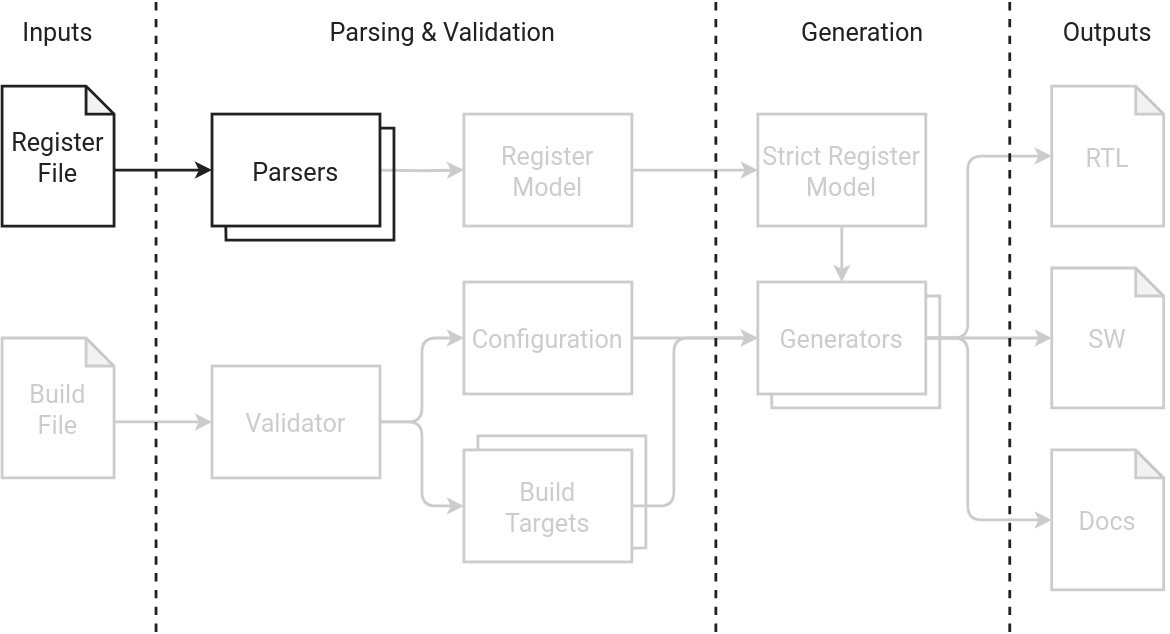
Before: docs/assets/images/flow-parsers.drawio.svg, a diagram exported from draw.io (esynr3z/corsair). Source tidied: cells renumbered, new cells last; positions are measured from the earlier drawing's top-left corner, leaving out a move shared by most shapes. Source of this version:
```xml
<mxGraphModel>
  <root>
    <mxCell id="0" />
    <mxCell id="1" parent="0" />
    <mxCell id="2" style="rounded=1;jettySize=auto;exitX=0;exitY=0;exitDx=80;exitDy=60;exitPerimeter=0;entryX=0;entryY=0.5;entryDx=0;entryDy=0;fontFamily=Roboto;fontSize=18;fontColor=#212121;fontStyle=0;shadow=0;strokeColor=#212121;strokeWidth=2;align=center;verticalAlign=middle;fillColor=none;fontSource=https%3A%2F%2Ffonts.googleapis.com%2Fcss%3Ffamily%3DRoboto;textShadow=0;" parent="1" edge="1" source="3">
      <mxGeometry relative="1" as="geometry">
        <mxPoint x="150" y="120" as="targetPoint" />
      </mxGeometry>
    </mxCell>
    <mxCell id="3" value="Register&#10;File" style="shape=note;backgroundOutline=1;darkOpacity=0.05;fillColor=none;strokeWidth=2;fontFamily=Roboto;fontSize=18;size=20;fontStyle=0;textShadow=0;shadow=0;strokeColor=#212121;fontColor=#212121;perimeter=rectanglePerimeter;rounded=1;fontSource=https%3A%2F%2Ffonts.googleapis.com%2Fcss%3Ffamily%3DRoboto;align=center;verticalAlign=middle;" parent="1" vertex="1">
      <mxGeometry y="60" width="80" height="100" as="geometry" />
    </mxCell>
    <mxCell id="4" style="edgeStyle=orthogonalEdgeStyle;rounded=1;jettySize=auto;exitX=0;exitY=0;exitDx=80;exitDy=60;exitPerimeter=0;shadow=0;strokeColor=#CCCCCC;strokeWidth=2;align=center;verticalAlign=middle;arcSize=0;fontFamily=Roboto;fontSize=18;fontColor=#CCCCCC;fontStyle=0;fillColor=none;entryX=0;entryY=0.5;entryDx=0;entryDy=0;fontSource=https%3A%2F%2Ffonts.googleapis.com%2Fcss%3Ffamily%3DRoboto;textShadow=0;" parent="1" edge="1" source="5" target="12">
      <mxGeometry relative="1" as="geometry" />
    </mxCell>
    <mxCell id="5" value="Build&#10;File" style="shape=note;backgroundOutline=1;darkOpacity=0.05;fillColor=none;strokeWidth=2;fontFamily=Roboto;fontSize=18;size=20;fontStyle=0;textShadow=0;shadow=0;strokeColor=#CCCCCC;fontColor=#CCCCCC;rounded=1;perimeterSpacing=0;fontSource=https%3A%2F%2Ffonts.googleapis.com%2Fcss%3Ffamily%3DRoboto;align=center;verticalAlign=middle;" parent="1" vertex="1">
      <mxGeometry y="240" width="80" height="100" as="geometry" />
    </mxCell>
    <mxCell id="6" style="edgeStyle=orthogonalEdgeStyle;rounded=1;jettySize=auto;exitX=1;exitY=0.5;exitDx=0;exitDy=0;entryX=0;entryY=0.5;entryDx=0;entryDy=0;shadow=0;strokeColor=#CCCCCC;strokeWidth=2;align=center;verticalAlign=middle;fontFamily=Roboto;fontSize=18;fontColor=#CCCCCC;fontStyle=0;fillColor=none;fontSource=https%3A%2F%2Ffonts.googleapis.com%2Fcss%3Ffamily%3DRoboto;textShadow=0;" parent="1" edge="1" source="7" target="9">
      <mxGeometry relative="1" as="geometry" />
    </mxCell>
    <mxCell id="7" value="Register&#10;Model" style="rounded=1;shadow=0;strokeColor=#CCCCCC;strokeWidth=2;align=center;verticalAlign=middle;fontFamily=Roboto;fontSize=18;fontColor=#CCCCCC;fontStyle=0;fillColor=none;arcSize=0;fontSource=https%3A%2F%2Ffonts.googleapis.com%2Fcss%3Ffamily%3DRoboto;textShadow=0;" parent="1" vertex="1">
      <mxGeometry x="330" y="80" width="120" height="80" as="geometry" />
    </mxCell>
    <mxCell id="8" style="edgeStyle=orthogonalEdgeStyle;rounded=1;jettySize=auto;exitX=0.5;exitY=1;exitDx=0;exitDy=0;entryX=0.5;entryY=0;entryDx=0;entryDy=0;shadow=0;strokeColor=#CCCCCC;strokeWidth=2;align=center;verticalAlign=middle;fontFamily=Roboto;fontSize=18;fontColor=#212121;fontStyle=0;fillColor=none;fontSource=https%3A%2F%2Ffonts.googleapis.com%2Fcss%3Ffamily%3DRoboto;textShadow=0;" parent="1" edge="1" source="9" target="34">
      <mxGeometry relative="1" as="geometry" />
    </mxCell>
    <mxCell id="9" value="Strict Register&#10;Model" style="rounded=1;shadow=0;strokeColor=#CCCCCC;strokeWidth=2;align=center;verticalAlign=middle;fontFamily=Roboto;fontSize=18;fontColor=#CCCCCC;fontStyle=0;fillColor=none;arcSize=0;fontSource=https%3A%2F%2Ffonts.googleapis.com%2Fcss%3Ffamily%3DRoboto;textShadow=0;" parent="1" vertex="1">
      <mxGeometry x="540" y="80" width="120" height="80" as="geometry" />
    </mxCell>
    <mxCell id="10" style="edgeStyle=orthogonalEdgeStyle;rounded=1;jettySize=auto;exitX=1;exitY=0.5;exitDx=0;exitDy=0;entryX=0;entryY=0.5;entryDx=0;entryDy=0;shadow=0;strokeColor=#CCCCCC;strokeWidth=2;align=center;verticalAlign=middle;fontFamily=Roboto;fontSize=18;fontColor=#CCCCCC;fontStyle=0;fillColor=none;fontSource=https%3A%2F%2Ffonts.googleapis.com%2Fcss%3Ffamily%3DRoboto;textShadow=0;" parent="1" edge="1" source="12" target="17">
      <mxGeometry relative="1" as="geometry">
        <Array as="points">
          <mxPoint x="300" y="300" />
          <mxPoint x="300" y="240" />
        </Array>
      </mxGeometry>
    </mxCell>
    <mxCell id="11" style="edgeStyle=orthogonalEdgeStyle;rounded=1;jettySize=auto;exitX=1;exitY=0.5;exitDx=0;exitDy=0;entryX=0;entryY=0.5;entryDx=0;entryDy=0;shadow=0;strokeColor=#CCCCCC;strokeWidth=2;align=center;verticalAlign=middle;fontFamily=Roboto;fontSize=18;fontColor=#CCCCCC;fontStyle=0;fillColor=none;fontSource=https%3A%2F%2Ffonts.googleapis.com%2Fcss%3Ffamily%3DRoboto;textShadow=0;" parent="1" edge="1" source="12" target="31">
      <mxGeometry relative="1" as="geometry">
        <Array as="points">
          <mxPoint x="300" y="300" />
          <mxPoint x="300" y="360" />
        </Array>
      </mxGeometry>
    </mxCell>
    <mxCell id="12" value="Validator" style="rounded=1;shadow=0;strokeColor=#CCCCCC;strokeWidth=2;align=center;verticalAlign=middle;fontFamily=Roboto;fontSize=18;fontColor=#CCCCCC;fontStyle=0;fillColor=none;arcSize=0;fontSource=https%3A%2F%2Ffonts.googleapis.com%2Fcss%3Ffamily%3DRoboto;textShadow=0;" parent="1" vertex="1">
      <mxGeometry x="150" y="260" width="120" height="80" as="geometry" />
    </mxCell>
    <mxCell id="13" value="RTL" style="shape=note;backgroundOutline=1;darkOpacity=0.05;fillColor=none;strokeWidth=2;fontFamily=Roboto;fontSize=18;size=20;fontStyle=0;textShadow=0;shadow=0;strokeColor=#CCCCCC;fontColor=#CCCCCC;perimeter=rectanglePerimeter;rounded=1;fontSource=https%3A%2F%2Ffonts.googleapis.com%2Fcss%3Ffamily%3DRoboto;align=center;verticalAlign=middle;" parent="1" vertex="1">
      <mxGeometry x="750" y="60" width="80" height="100" as="geometry" />
    </mxCell>
    <mxCell id="14" value="Docs" style="shape=note;backgroundOutline=1;darkOpacity=0.05;fillColor=none;strokeWidth=2;fontFamily=Roboto;fontSize=18;size=20;fontStyle=0;textShadow=0;shadow=0;strokeColor=#CCCCCC;fontColor=#CCCCCC;rounded=1;perimeterSpacing=0;fontSource=https%3A%2F%2Ffonts.googleapis.com%2Fcss%3Ffamily%3DRoboto;align=center;verticalAlign=middle;" parent="1" vertex="1">
      <mxGeometry x="750" y="320" width="80" height="100" as="geometry" />
    </mxCell>
    <mxCell id="15" value="SW" style="shape=note;backgroundOutline=1;darkOpacity=0.05;fillColor=none;strokeWidth=2;fontFamily=Roboto;fontSize=18;size=20;fontStyle=0;textShadow=0;shadow=0;strokeColor=#CCCCCC;fontColor=#CCCCCC;rounded=1;perimeterSpacing=0;fontSource=https%3A%2F%2Ffonts.googleapis.com%2Fcss%3Ffamily%3DRoboto;align=center;verticalAlign=middle;" parent="1" vertex="1">
      <mxGeometry x="750" y="190" width="80" height="100" as="geometry" />
    </mxCell>
    <mxCell id="16" style="edgeStyle=orthogonalEdgeStyle;rounded=1;jettySize=auto;exitX=1;exitY=0.5;exitDx=0;exitDy=0;entryX=0;entryY=0.5;entryDx=0;entryDy=0;shadow=0;strokeColor=#CCCCCC;strokeWidth=2;align=center;verticalAlign=middle;fontFamily=Roboto;fontSize=18;fontColor=#CCCCCC;fontStyle=0;fillColor=none;fontSource=https%3A%2F%2Ffonts.googleapis.com%2Fcss%3Ffamily%3DRoboto;textShadow=0;" parent="1" edge="1" source="17" target="34">
      <mxGeometry relative="1" as="geometry">
        <Array as="points">
          <mxPoint x="530" y="240" />
          <mxPoint x="530" y="240" />
        </Array>
      </mxGeometry>
    </mxCell>
    <mxCell id="17" value="Configuration" style="rounded=1;shadow=0;strokeColor=#CCCCCC;strokeWidth=2;align=center;verticalAlign=middle;fontFamily=Roboto;fontSize=18;fontColor=#CCCCCC;fontStyle=0;fillColor=none;arcSize=0;fontSource=https%3A%2F%2Ffonts.googleapis.com%2Fcss%3Ffamily%3DRoboto;textShadow=0;" parent="1" vertex="1">
      <mxGeometry x="330" y="200" width="120" height="80" as="geometry" />
    </mxCell>
    <mxCell id="18" style="edgeStyle=orthogonalEdgeStyle;rounded=1;jettySize=auto;exitX=1;exitY=0.5;exitDx=0;exitDy=0;entryX=0;entryY=0.5;entryDx=0;entryDy=0;shadow=0;strokeColor=#CCCCCC;strokeWidth=2;align=center;verticalAlign=middle;arcSize=0;fontFamily=Roboto;fontSize=18;fontColor=#212121;fontStyle=0;fillColor=none;fontSource=https%3A%2F%2Ffonts.googleapis.com%2Fcss%3Ffamily%3DRoboto;textShadow=0;" parent="1" edge="1" target="7">
      <mxGeometry relative="1" as="geometry">
        <mxPoint x="270" y="120" as="sourcePoint" />
      </mxGeometry>
    </mxCell>
    <mxCell id="19" style="edgeStyle=orthogonalEdgeStyle;rounded=1;jettySize=auto;exitX=1;exitY=0.5;exitDx=0;exitDy=0;entryX=0;entryY=0.5;entryDx=0;entryDy=0;shadow=0;strokeColor=#CCCCCC;strokeWidth=2;align=center;verticalAlign=middle;fontFamily=Roboto;fontSize=18;fontColor=#CCCCCC;fontStyle=0;fillColor=none;fontSource=https%3A%2F%2Ffonts.googleapis.com%2Fcss%3Ffamily%3DRoboto;textShadow=0;" parent="1" edge="1" source="31" target="34">
      <mxGeometry relative="1" as="geometry">
        <Array as="points">
          <mxPoint x="480" y="360" />
          <mxPoint x="480" y="240" />
        </Array>
      </mxGeometry>
    </mxCell>
    <mxCell id="20" style="edgeStyle=orthogonalEdgeStyle;rounded=1;jettySize=auto;exitX=1;exitY=0.5;exitDx=0;exitDy=0;entryX=0;entryY=0.5;entryDx=0;entryDy=0;entryPerimeter=0;shadow=0;strokeColor=#CCCCCC;strokeWidth=2;align=center;verticalAlign=middle;fontFamily=Roboto;fontSize=18;fontColor=#CCCCCC;fontStyle=0;fillColor=none;fontSource=https%3A%2F%2Ffonts.googleapis.com%2Fcss%3Ffamily%3DRoboto;textShadow=0;" parent="1" edge="1" source="34" target="15">
      <mxGeometry relative="1" as="geometry" />
    </mxCell>
    <mxCell id="21" style="edgeStyle=orthogonalEdgeStyle;rounded=1;jettySize=auto;exitX=1;exitY=0.5;exitDx=0;exitDy=0;entryX=0;entryY=0.5;entryDx=0;entryDy=0;entryPerimeter=0;shadow=0;strokeColor=#CCCCCC;strokeWidth=2;align=center;verticalAlign=middle;fontFamily=Roboto;fontSize=18;fontColor=#CCCCCC;fontStyle=0;fillColor=none;fontSource=https%3A%2F%2Ffonts.googleapis.com%2Fcss%3Ffamily%3DRoboto;textShadow=0;" parent="1" edge="1" source="34" target="13">
      <mxGeometry relative="1" as="geometry">
        <Array as="points">
          <mxPoint x="690" y="240" />
          <mxPoint x="690" y="110" />
        </Array>
      </mxGeometry>
    </mxCell>
    <mxCell id="22" style="edgeStyle=orthogonalEdgeStyle;rounded=1;jettySize=auto;exitX=1;exitY=0.5;exitDx=0;exitDy=0;entryX=0;entryY=0.5;entryDx=0;entryDy=0;entryPerimeter=0;shadow=0;strokeColor=#CCCCCC;strokeWidth=2;align=center;verticalAlign=middle;fontFamily=Roboto;fontSize=18;fontColor=#CCCCCC;fontStyle=0;fillColor=none;fontSource=https%3A%2F%2Ffonts.googleapis.com%2Fcss%3Ffamily%3DRoboto;textShadow=0;" parent="1" edge="1" source="34" target="14">
      <mxGeometry relative="1" as="geometry">
        <Array as="points">
          <mxPoint x="690" y="240" />
          <mxPoint x="690" y="370" />
        </Array>
      </mxGeometry>
    </mxCell>
    <mxCell id="23" style="endArrow=none;dashed=1;rounded=1;shadow=0;strokeColor=#212121;strokeWidth=2;align=center;verticalAlign=middle;fontFamily=Roboto;fontSize=18;fontColor=#212121;fontStyle=0;fillColor=none;fontSource=https%3A%2F%2Ffonts.googleapis.com%2Fcss%3Ffamily%3DRoboto;textShadow=0;" parent="1" edge="1">
      <mxGeometry relative="1" as="geometry">
        <mxPoint x="510" y="450" as="sourcePoint" />
        <mxPoint x="510" as="targetPoint" />
      </mxGeometry>
    </mxCell>
    <mxCell id="24" style="endArrow=none;dashed=1;rounded=1;shadow=0;strokeColor=#212121;strokeWidth=2;align=center;verticalAlign=middle;fontFamily=Roboto;fontSize=18;fontColor=#212121;fontStyle=0;fillColor=none;fontSource=https%3A%2F%2Ffonts.googleapis.com%2Fcss%3Ffamily%3DRoboto;textShadow=0;" parent="1" edge="1">
      <mxGeometry relative="1" as="geometry">
        <mxPoint x="110" y="450" as="sourcePoint" />
        <mxPoint x="110" as="targetPoint" />
      </mxGeometry>
    </mxCell>
    <mxCell id="25" value="Parsing &amp; Validation" style="text;align=center;verticalAlign=middle;strokeColor=none;fillColor=none;fontFamily=Roboto;fontSource=https%3A%2F%2Ffonts.googleapis.com%2Fcss%3Ffamily%3DRoboto;fontSize=18;textShadow=0;fontColor=#212121;fontStyle=0;" parent="1" vertex="1">
      <mxGeometry x="225" width="180" height="40" as="geometry" />
    </mxCell>
    <mxCell id="26" value="Generation" style="text;align=center;verticalAlign=middle;strokeColor=none;fillColor=none;fontFamily=Roboto;fontSource=https%3A%2F%2Ffonts.googleapis.com%2Fcss%3Ffamily%3DRoboto;fontSize=18;textShadow=0;fontColor=#212121;fontStyle=0;" parent="1" vertex="1">
      <mxGeometry x="560" width="110" height="40" as="geometry" />
    </mxCell>
    <mxCell id="27" value="Outputs" style="text;align=center;verticalAlign=middle;strokeColor=none;fillColor=none;fontFamily=Roboto;fontSource=https%3A%2F%2Ffonts.googleapis.com%2Fcss%3Ffamily%3DRoboto;fontSize=18;textShadow=0;fontColor=#212121;fontStyle=0;" parent="1" vertex="1">
      <mxGeometry x="745" width="90" height="40" as="geometry" />
    </mxCell>
    <mxCell id="28" value="Inputs" style="text;align=center;verticalAlign=middle;strokeColor=none;fillColor=none;fontFamily=Roboto;fontSource=https%3A%2F%2Ffonts.googleapis.com%2Fcss%3Ffamily%3DRoboto;fontSize=18;textShadow=0;fontColor=#212121;fontStyle=0;" parent="1" vertex="1">
      <mxGeometry x="5" width="70" height="40" as="geometry" />
    </mxCell>
    <mxCell id="29" style="endArrow=none;dashed=1;rounded=1;shadow=0;strokeColor=#212121;strokeWidth=2;align=center;verticalAlign=middle;fontFamily=Roboto;fontSize=18;fontColor=#212121;fontStyle=0;fillColor=none;fontSource=https%3A%2F%2Ffonts.googleapis.com%2Fcss%3Ffamily%3DRoboto;textShadow=0;" parent="1" edge="1">
      <mxGeometry relative="1" as="geometry">
        <mxPoint x="720" y="450" as="sourcePoint" />
        <mxPoint x="720" as="targetPoint" />
      </mxGeometry>
    </mxCell>
    <mxCell id="30" style="group;textShadow=0;shadow=0;rounded=0;strokeColor=none;strokeWidth=2;align=center;verticalAlign=middle;fontFamily=Roboto;fontSource=https%3A%2F%2Ffonts.googleapis.com%2Fcss%3Ffamily%3DRoboto;fontSize=18;fontColor=#212121;fontStyle=0;fillColor=none;" parent="1" vertex="1">
      <mxGeometry x="330" y="310" width="130" height="90" as="geometry" />
    </mxCell>
    <mxCell id="31" value="Build&#10;Targets" style="rounded=1;shadow=0;strokeColor=#CCCCCC;strokeWidth=2;align=center;verticalAlign=middle;fontFamily=Roboto;fontSize=18;fontColor=#CCCCCC;fontStyle=0;fillColor=none;arcSize=0;fontSource=https%3A%2F%2Ffonts.googleapis.com%2Fcss%3Ffamily%3DRoboto;textShadow=0;" parent="30" vertex="1">
      <mxGeometry y="10" width="120" height="80" as="geometry" />
    </mxCell>
    <mxCell id="32" style="endArrow=none;rounded=0;fontFamily=Roboto;fontSize=18;fontColor=#CCCCCC;fontStyle=0;strokeWidth=2;entryX=1.005;entryY=0.877;entryDx=0;entryDy=0;entryPerimeter=0;shadow=0;strokeColor=#CCCCCC;align=center;verticalAlign=middle;fillColor=none;fontSource=https%3A%2F%2Ffonts.googleapis.com%2Fcss%3Ffamily%3DRoboto;textShadow=0;curved=0;" parent="30" edge="1" target="31">
      <mxGeometry relative="1" as="geometry">
        <mxPoint x="10" y="10" as="sourcePoint" />
        <Array as="points">
          <mxPoint x="10" />
          <mxPoint x="130" />
          <mxPoint x="130" y="80" />
        </Array>
      </mxGeometry>
    </mxCell>
    <mxCell id="33" style="group;rounded=1;shadow=0;strokeColor=none;strokeWidth=2;align=center;verticalAlign=middle;fontFamily=Roboto;fontSource=https%3A%2F%2Ffonts.googleapis.com%2Fcss%3Ffamily%3DRoboto;fontSize=18;fontColor=#212121;fontStyle=0;fillColor=none;" parent="1" vertex="1">
      <mxGeometry x="540" y="200" width="130" height="90" as="geometry" />
    </mxCell>
    <mxCell id="34" value="Generators" style="rounded=1;shadow=0;strokeColor=#CCCCCC;strokeWidth=2;align=center;verticalAlign=middle;fontFamily=Roboto;fontSize=18;fontColor=#CCCCCC;fontStyle=0;fillColor=none;arcSize=0;fontSource=https%3A%2F%2Ffonts.googleapis.com%2Fcss%3Ffamily%3DRoboto;textShadow=0;" parent="33" vertex="1">
      <mxGeometry width="120" height="80" as="geometry" />
    </mxCell>
    <mxCell id="35" style="endArrow=none;rounded=0;fontFamily=Roboto;fontSize=18;fontColor=#CCCCCC;fontStyle=0;strokeWidth=2;entryX=1;entryY=0.125;entryDx=0;entryDy=0;entryPerimeter=0;shadow=0;strokeColor=#CCCCCC;align=center;verticalAlign=middle;fillColor=none;fontSource=https%3A%2F%2Ffonts.googleapis.com%2Fcss%3Ffamily%3DRoboto;textShadow=0;exitX=0.082;exitY=1.003;exitDx=0;exitDy=0;exitPerimeter=0;curved=0;" parent="33" edge="1" source="34" target="34">
      <mxGeometry relative="1" as="geometry">
        <Array as="points">
          <mxPoint x="10" y="90" />
          <mxPoint x="130" y="90" />
          <mxPoint x="130" y="10" />
        </Array>
      </mxGeometry>
    </mxCell>
    <mxCell id="36" style="group;rounded=0;shadow=0;strokeColor=none;strokeWidth=2;align=center;verticalAlign=middle;fontFamily=Roboto;fontSource=https%3A%2F%2Ffonts.googleapis.com%2Fcss%3Ffamily%3DRoboto;fontSize=18;fontColor=#212121;fontStyle=0;fillColor=none;" parent="1" vertex="1">
      <mxGeometry x="150" y="80" width="130" height="90" as="geometry" />
    </mxCell>
    <mxCell id="37" value="Parsers" style="rounded=1;shadow=0;strokeColor=#212121;strokeWidth=2;align=center;verticalAlign=middle;fontFamily=Roboto;fontSize=18;fontColor=#212121;fontStyle=0;fillColor=none;arcSize=0;fontSource=https%3A%2F%2Ffonts.googleapis.com%2Fcss%3Ffamily%3DRoboto;textShadow=0;" parent="36" vertex="1">
      <mxGeometry width="120" height="80" as="geometry" />
    </mxCell>
    <mxCell id="38" style="endArrow=none;rounded=0;fontFamily=Roboto;fontSize=18;fontColor=#212121;fontStyle=0;strokeWidth=2;entryX=1;entryY=0.125;entryDx=0;entryDy=0;entryPerimeter=0;shadow=0;strokeColor=#212121;align=center;verticalAlign=middle;fillColor=none;fontSource=https%3A%2F%2Ffonts.googleapis.com%2Fcss%3Ffamily%3DRoboto;textShadow=0;exitX=0.082;exitY=1.003;exitDx=0;exitDy=0;exitPerimeter=0;curved=0;" parent="36" edge="1" source="37" target="37">
      <mxGeometry relative="1" as="geometry">
        <Array as="points">
          <mxPoint x="10" y="90" />
          <mxPoint x="130" y="90" />
          <mxPoint x="130" y="10" />
        </Array>
      </mxGeometry>
    </mxCell>
  </root>
</mxGraphModel>
```
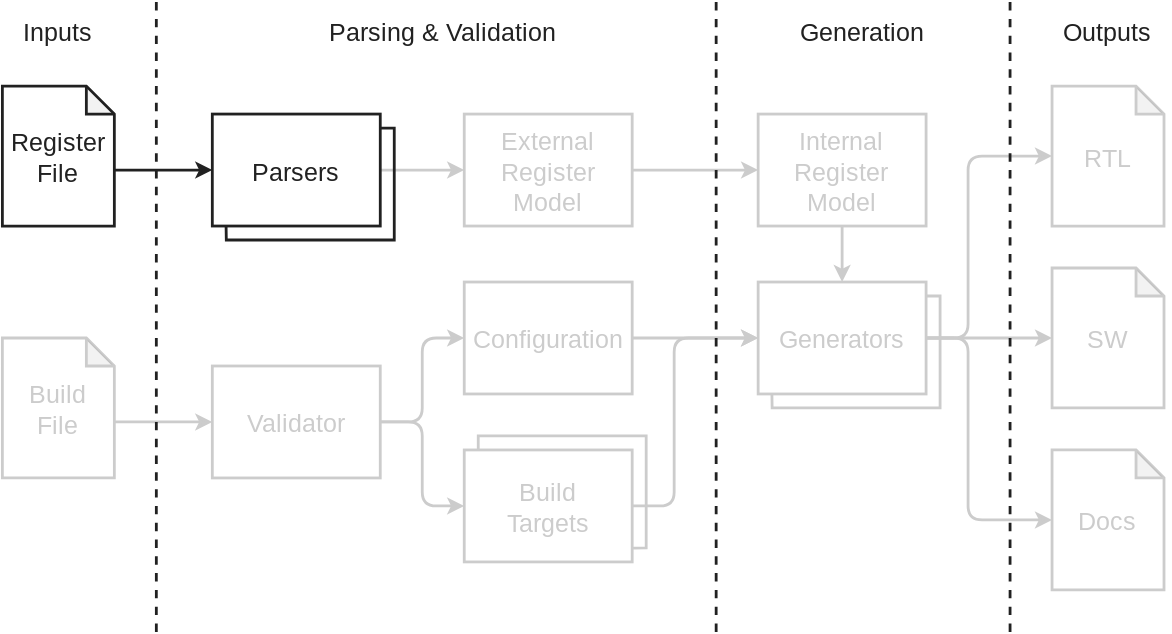
The same diagram one commit later.

Commit message:
docs: update register model naming

What changed in the source:
```diff
@@ -19,13 +19,13 @@
     <mxCell id="6" style="edgeStyle=orthogonalEdgeStyle;rounded=1;jettySize=auto;exitX=1;exitY=0.5;exitDx=0;exitDy=0;entryX=0;entryY=0.5;entryDx=0;entryDy=0;shadow=0;strokeColor=#CCCCCC;strokeWidth=2;align=center;verticalAlign=middle;fontFamily=Roboto;fontSize=18;fontColor=#CCCCCC;fontStyle=0;fillColor=none;fontSource=https%3A%2F%2Ffonts.googleapis.com%2Fcss%3Ffamily%3DRoboto;textShadow=0;" parent="1" edge="1" source="7" target="9">
       <mxGeometry relative="1" as="geometry" />
     </mxCell>
-    <mxCell id="7" value="Register&#10;Model" style="rounded=1;shadow=0;strokeColor=#CCCCCC;strokeWidth=2;align=center;verticalAlign=middle;fontFamily=Roboto;fontSize=18;fontColor=#CCCCCC;fontStyle=0;fillColor=none;arcSize=0;fontSource=https%3A%2F%2Ffonts.googleapis.com%2Fcss%3Ffamily%3DRoboto;textShadow=0;" parent="1" vertex="1">
+    <mxCell id="7" value="External&#10;Register&#10;Model" style="rounded=1;shadow=0;strokeColor=#CCCCCC;strokeWidth=2;align=center;verticalAlign=middle;fontFamily=Roboto;fontSize=18;fontColor=#CCCCCC;fontStyle=0;fillColor=none;arcSize=0;fontSource=https%3A%2F%2Ffonts.googleapis.com%2Fcss%3Ffamily%3DRoboto;textShadow=0;" parent="1" vertex="1">
       <mxGeometry x="330" y="80" width="120" height="80" as="geometry" />
     </mxCell>
     <mxCell id="8" style="edgeStyle=orthogonalEdgeStyle;rounded=1;jettySize=auto;exitX=0.5;exitY=1;exitDx=0;exitDy=0;entryX=0.5;entryY=0;entryDx=0;entryDy=0;shadow=0;strokeColor=#CCCCCC;strokeWidth=2;align=center;verticalAlign=middle;fontFamily=Roboto;fontSize=18;fontColor=#212121;fontStyle=0;fillColor=none;fontSource=https%3A%2F%2Ffonts.googleapis.com%2Fcss%3Ffamily%3DRoboto;textShadow=0;" parent="1" edge="1" source="9" target="34">
       <mxGeometry relative="1" as="geometry" />
     </mxCell>
-    <mxCell id="9" value="Strict Register&#10;Model" style="rounded=1;shadow=0;strokeColor=#CCCCCC;strokeWidth=2;align=center;verticalAlign=middle;fontFamily=Roboto;fontSize=18;fontColor=#CCCCCC;fontStyle=0;fillColor=none;arcSize=0;fontSource=https%3A%2F%2Ffonts.googleapis.com%2Fcss%3Ffamily%3DRoboto;textShadow=0;" parent="1" vertex="1">
+    <mxCell id="9" value="Internal&#10;Register&#10;Model" style="rounded=1;shadow=0;strokeColor=#CCCCCC;strokeWidth=2;align=center;verticalAlign=middle;fontFamily=Roboto;fontSize=18;fontColor=#CCCCCC;fontStyle=0;fillColor=none;arcSize=0;fontSource=https%3A%2F%2Ffonts.googleapis.com%2Fcss%3Ffamily%3DRoboto;textShadow=0;" parent="1" vertex="1">
       <mxGeometry x="540" y="80" width="120" height="80" as="geometry" />
     </mxCell>
     <mxCell id="10" style="edgeStyle=orthogonalEdgeStyle;rounded=1;jettySize=auto;exitX=1;exitY=0.5;exitDx=0;exitDy=0;entryX=0;entryY=0.5;entryDx=0;entryDy=0;shadow=0;strokeColor=#CCCCCC;strokeWidth=2;align=center;verticalAlign=middle;fontFamily=Roboto;fontSize=18;fontColor=#CCCCCC;fontStyle=0;fillColor=none;fontSource=https%3A%2F%2Ffonts.googleapis.com%2Fcss%3Ffamily%3DRoboto;textShadow=0;" parent="1" edge="1" source="12" target="17">
```
